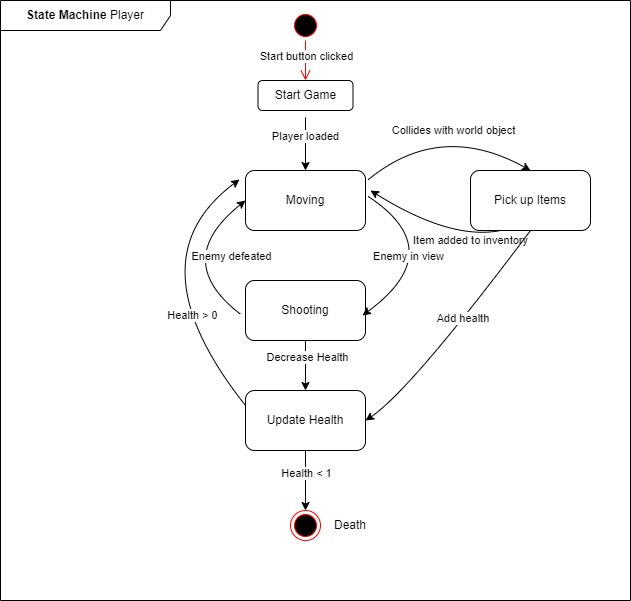
BillQuain/Tactical_Chicken keeps this draw.io diagram as stateMachine.drawio.png. Above is the earlier version. Source tidied: cells renumbered, new cells last; positions are measured from the earlier drawing's top-left corner, leaving out a move shared by most shapes.
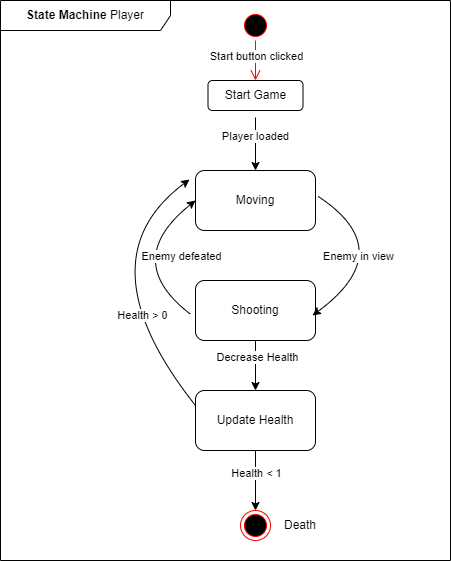
The same file after the commit.

Diff of the diagram source:
```diff
@@ -3,7 +3,7 @@
     <mxCell id="0" />
     <mxCell id="1" parent="0" />
     <mxCell id="2" value="&lt;b&gt;State Machine &lt;/b&gt;Player" style="shape=umlFrame;whiteSpace=wrap;html=1;width=170;height=30;" parent="1" vertex="1">
-      <mxGeometry width="630" height="600" as="geometry" />
+      <mxGeometry x="50" width="450" height="560" as="geometry" />
     </mxCell>
     <mxCell id="3" style="ellipse;html=1;shape=startState;fillColor=#000000;strokeColor=#ff0000;" parent="1" vertex="1">
       <mxGeometry x="290" y="10" width="30" height="30" as="geometry" />
@@ -28,9 +28,6 @@
     <mxCell id="9" value="Update Health" style="rounded=1;whiteSpace=wrap;html=1;" parent="1" vertex="1">
       <mxGeometry x="245" y="390" width="120" height="60" as="geometry" />
     </mxCell>
-    <mxCell id="10" value="Pick up Items" style="rounded=1;whiteSpace=wrap;html=1;" parent="1" vertex="1">
-      <mxGeometry x="470" y="170" width="120" height="60" as="geometry" />
-    </mxCell>
     <mxCell id="11" value="Shooting" style="rounded=1;whiteSpace=wrap;html=1;" parent="1" vertex="1">
       <mxGeometry x="245" y="280" width="120" height="60" as="geometry" />
     </mxCell>
@@ -84,41 +81,6 @@
     <mxCell id="23" value="Health &amp;gt; 0" style="edgeLabel;html=1;align=center;verticalAlign=middle;" parent="22" vertex="1">
       <mxGeometry x="-0.35" y="-14" relative="1" as="geometry" />
     </mxCell>
-    <mxCell id="24" style="curved=1;endArrow=classic;html=1;rounded=0;exitX=1.025;exitY=0.15;exitDx=0;exitDy=0;exitPerimeter=0;entryX=0.5;entryY=0;entryDx=0;entryDy=0;" parent="1" edge="1" source="8" target="10">
-      <mxGeometry relative="1" as="geometry">
-        <Array as="points">
-          <mxPoint x="440" y="120" />
-        </Array>
-      </mxGeometry>
-    </mxCell>
-    <mxCell id="25" value="Collides with world object" style="edgeLabel;html=1;align=center;verticalAlign=middle;" parent="24" vertex="1">
-      <mxGeometry x="0.17" y="-14" relative="1" as="geometry">
-        <mxPoint y="-13" as="offset" />
-      </mxGeometry>
-    </mxCell>
-    <mxCell id="26" style="curved=1;endArrow=classic;html=1;rounded=0;exitX=0.25;exitY=1;exitDx=0;exitDy=0;" parent="1" edge="1" source="10">
-      <mxGeometry relative="1" as="geometry">
-        <mxPoint x="370" y="190" as="targetPoint" />
-        <Array as="points">
-          <mxPoint x="450" y="240" />
-        </Array>
-      </mxGeometry>
-    </mxCell>
-    <mxCell id="27" value="Item added to inventory" style="edgeLabel;html=1;align=center;verticalAlign=middle;" parent="26" vertex="1">
-      <mxGeometry x="0.06" y="-5" relative="1" as="geometry">
-        <mxPoint x="39" y="18" as="offset" />
-      </mxGeometry>
-    </mxCell>
-    <mxCell id="28" style="curved=1;endArrow=classic;html=1;rounded=0;entryX=1;entryY=0.5;entryDx=0;entryDy=0;exitX=0.5;exitY=1;exitDx=0;exitDy=0;" parent="1" edge="1" source="10" target="9">
-      <mxGeometry relative="1" as="geometry">
-        <Array as="points">
-          <mxPoint x="410" y="390" />
-        </Array>
-      </mxGeometry>
-    </mxCell>
-    <mxCell id="29" value="Add health&amp;nbsp;" style="edgeLabel;html=1;align=center;verticalAlign=middle;" parent="28" vertex="1">
-      <mxGeometry x="-0.14" y="-1" relative="1" as="geometry" />
-    </mxCell>
     <mxCell id="30" value="Death" style="text;html=1;strokeColor=none;fillColor=none;align=center;verticalAlign=middle;whiteSpace=wrap;rounded=0;" parent="1" vertex="1">
       <mxGeometry x="320" y="510" width="60" height="30" as="geometry" />
     </mxCell>
```
